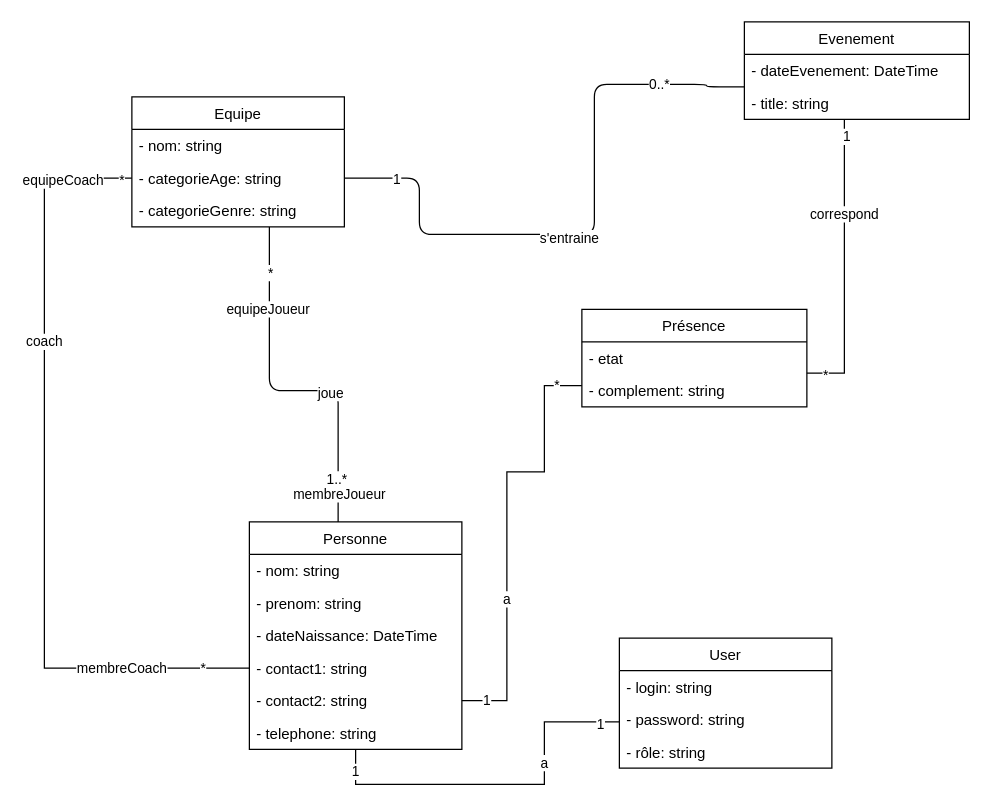
Above: documentation/presenceUML.drawio in Loknit9/symfony_presence_white (draw.io), before the change. Source tidied: cells renumbered, new cells numbered last; positions are measured from the earlier drawing's top-left corner, leaving out a move shared by most shapes. Both pictures are drawn from the tidied source at 125%, with x=0, y=0 at pixel (44, 21).
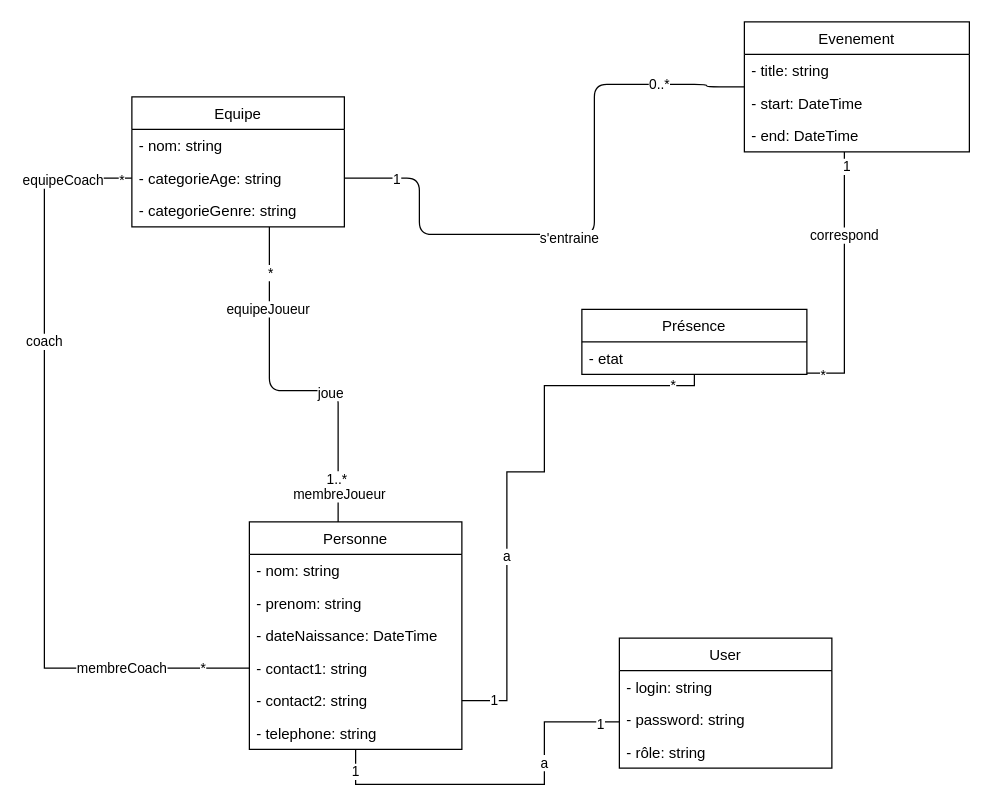
The same page after the edit.

Diff of the diagram source:
```diff
@@
     <mxCell id="23" value="Evenement" style="swimlane;fontStyle=0;horizontal=1;startSize=26;fillColor=none;" parent="1" vertex="1">
-      <mxGeometry x="560" width="180" height="78" as="geometry" />
+      <mxGeometry x="560" width="180" height="104" as="geometry" />
     </mxCell>
+    <mxCell id="25" value="- title: string" style="text;strokeColor=none;fillColor=none;align=left;verticalAlign=top;spacingLeft=4;spacingRight=4;overflow=hidden;" parent="23" vertex="1">
+      <mxGeometry y="26" width="180" height="26" as="geometry" />
+    </mxCell>
+    <mxCell id="51" value="- start: DateTime" style="text;strokeColor=none;fillColor=none;align=left;verticalAlign=top;spacingLeft=4;spacingRight=4;overflow=hidden;" parent="23" vertex="1">
+      <mxGeometry y="52" width="180" height="26" as="geometry" />
+    </mxCell>
-    <mxCell id="24" value="- dateEvenement: DateTime" style="text;strokeColor=none;fillColor=none;align=left;verticalAlign=top;spacingLeft=4;spacingRight=4;overflow=hidden;" parent="23" vertex="1">
-      <mxGeometry y="26" width="180" height="26" as="geometry" />
+    <mxCell id="24" value="- end: DateTime" style="text;strokeColor=none;fillColor=none;align=left;verticalAlign=top;spacingLeft=4;spacingRight=4;overflow=hidden;" parent="23" vertex="1">
+      <mxGeometry y="78" width="180" height="26" as="geometry" />
     </mxCell>
-    <mxCell id="25" value="- title: string" style="text;strokeColor=none;fillColor=none;align=left;verticalAlign=top;spacingLeft=4;spacingRight=4;overflow=hidden;" parent="23" vertex="1">
-      <mxGeometry y="52" width="180" height="26" as="geometry" />
-    </mxCell>
@@
     <mxCell id="30" value="Présence" style="swimlane;fontStyle=0;horizontal=1;startSize=26;fillColor=none;" parent="1" vertex="1">
-      <mxGeometry x="430" y="230" width="180" height="78" as="geometry" />
+      <mxGeometry x="430" y="230" width="180" height="52" as="geometry" />
     </mxCell>
@@
-    <mxCell id="32" value="- complement: string" style="text;strokeColor=none;fillColor=none;align=left;verticalAlign=top;spacingLeft=4;spacingRight=4;overflow=hidden;" parent="30" vertex="1">
-      <mxGeometry y="52" width="180" height="26" as="geometry" />
-    </mxCell>
```
